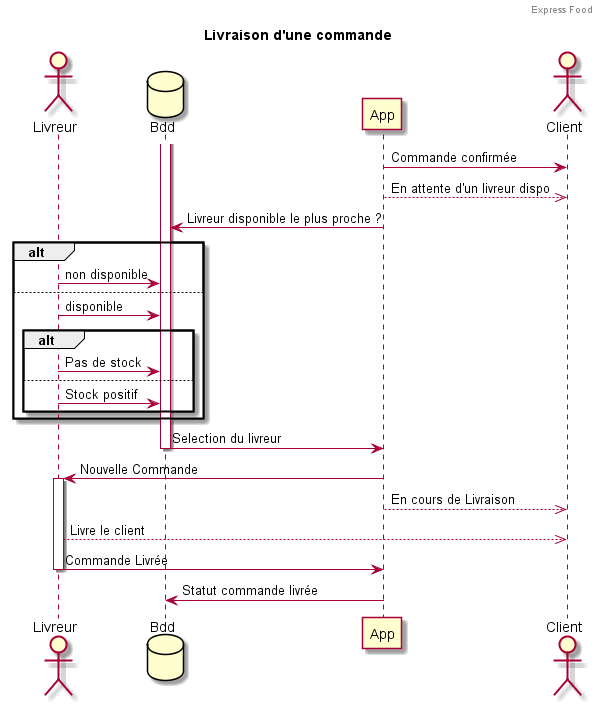
The PlantUML diagram P4_04_schémaUML_Sequence_Livraison.png in ArtGM/express-food, before a commit. The source it was exported from:
```plantuml
@startuml
header Express Food
title  Livraison d'une commande
actor Livreur
database Bdd
participant App
actor Client
Client <- App: Commande confirmée
App -->> Client: En attente d'un livreur dispo
App -> Bdd: Livreur disponible le plus proche ?
alt
Livreur -> Bdd: non disponible
else
Livreur -> Bdd: disponible
  alt
  Livreur -> Bdd: Pas de stock
  else
  Livreur -> Bdd: Stock positif
  end
end
activate Bdd
Bdd -> App: Selection du livreur
deactivate Bdd
App -> Livreur: Nouvelle Commande
activate Livreur
App -->> Client: En cours de Livraison
Livreur -->> Client: Livre le client
Livreur -> App: Commande Livrée
deactivate Livreur
App -> Bdd: Statut commande livrée
@enduml
```
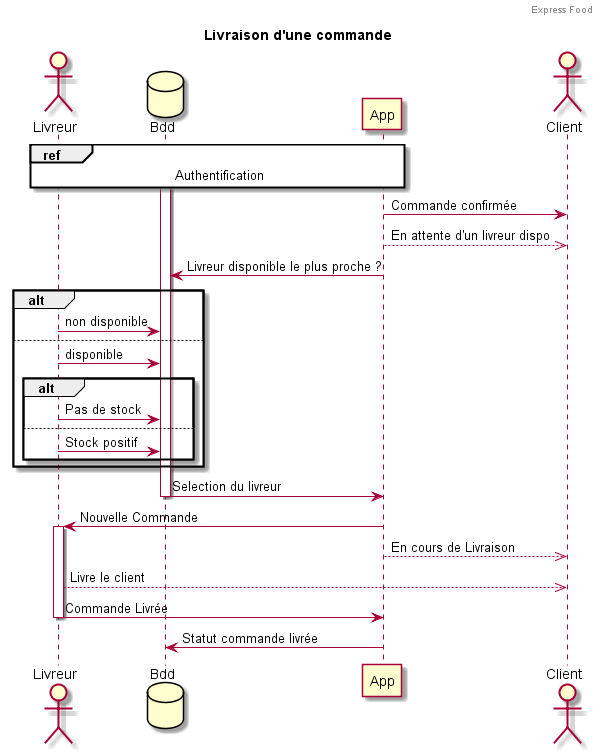
The same file after the commit.

The edit, as a diff of the source:
```diff
@@ -5,6 +5,7 @@
 database Bdd
 participant App
 actor Client
+ref over Livreur, App, Bdd : Authentification
 Client <- App: Commande confirmée
 App -->> Client: En attente d'un livreur dispo
 App -> Bdd: Livreur disponible le plus proche ?
```
